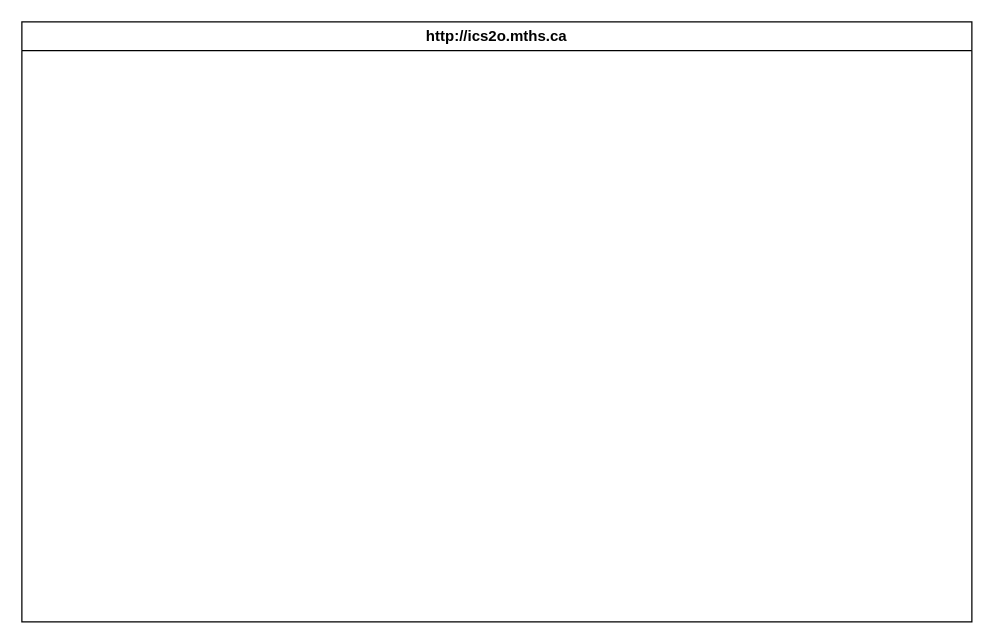
MTHS-ICD2O-1-2023/ICD2O-Unit-5-06-yoochan-han keeps this draw.io diagram as design/storyboard.drawio. Above is the earlier version. Source tidied: cells renumbered, new cells numbered last; positions are measured from the earlier drawing's top-left corner, leaving out a move shared by most shapes. Both pictures are drawn from the tidied source at 125%, with x=0, y=0 at pixel (21, 21).
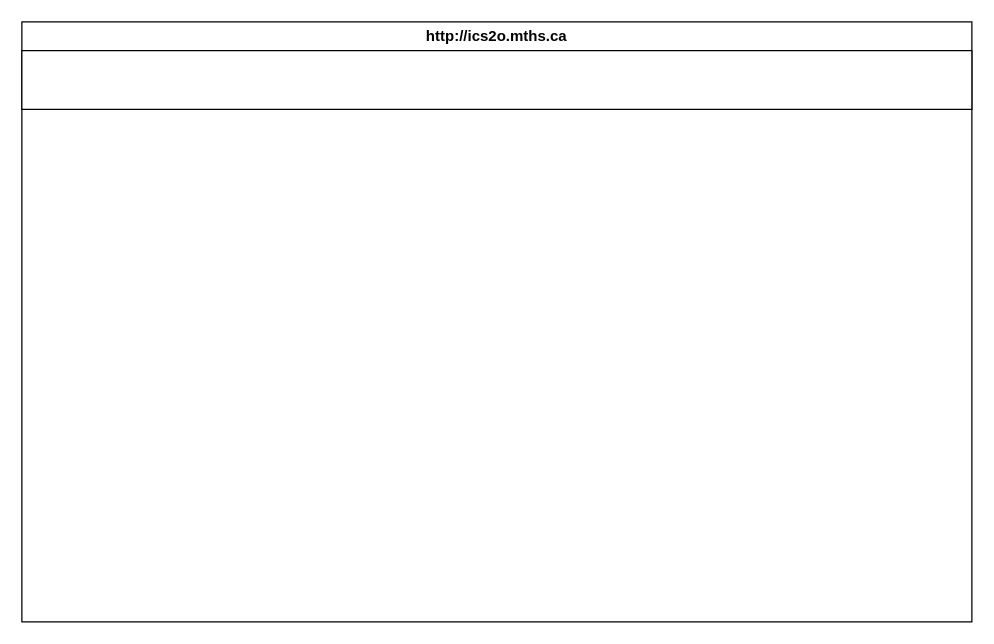
Above is the later version.

Diff of the diagram source:
```diff
@@
 <mxGraphModel>
   <root>
     <mxCell id="0" />
     <mxCell id="1" parent="0" />
     <mxCell id="2" value="http://ics2o.mths.ca" style="swimlane;whiteSpace=wrap;html=1;" parent="1" vertex="1">
       <mxGeometry width="760" height="480" as="geometry" />
     </mxCell>
+    <mxCell id="3" style="rounded=0;whiteSpace=wrap;html=1;" parent="2" vertex="1">
+      <mxGeometry y="23" width="760" height="47" as="geometry" />
+    </mxCell>
   </root>
 </mxGraphModel>
```
